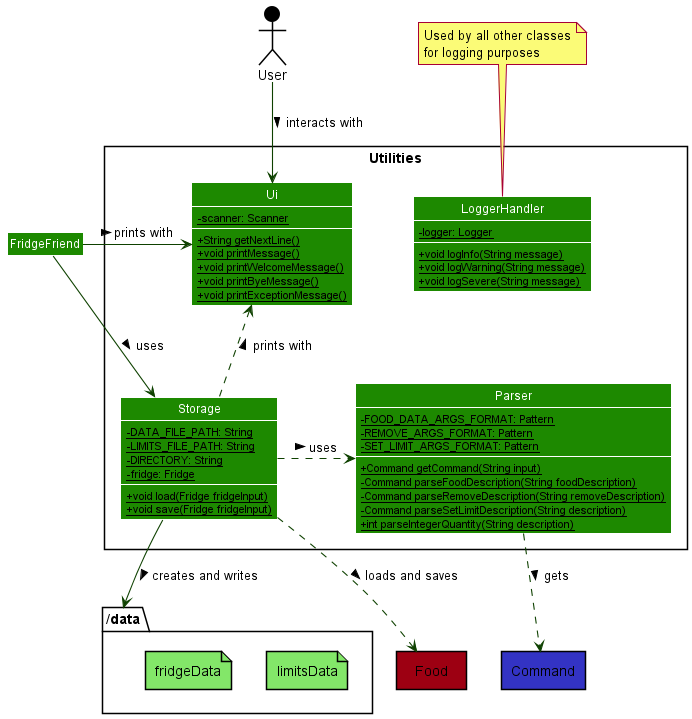
nus-cs2113-AY2021S2/tp keeps this PlantUML diagram as docs/diagrams/diagram_images/UtilitiesClassDiagram.png. Above is the earlier version.
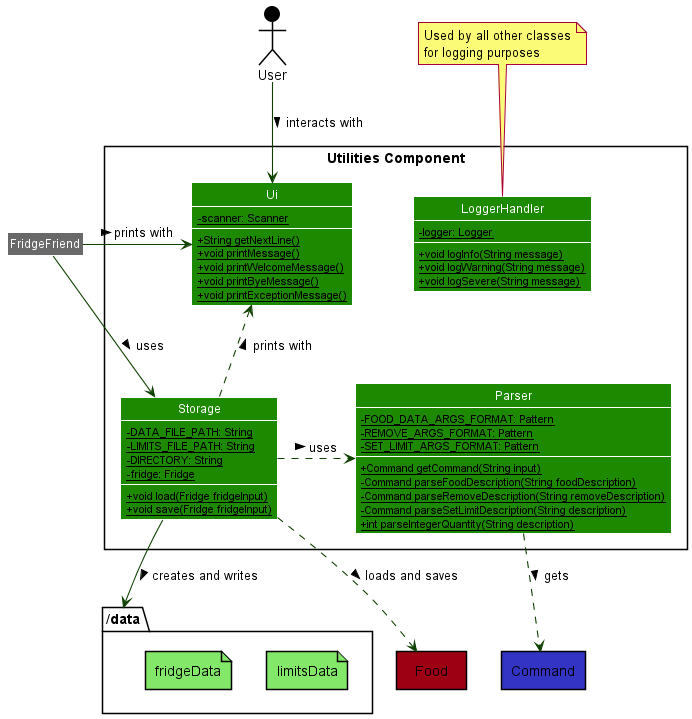
Later version of the same file.

Change to the diagram source:
```diff
@@ -7,8 +7,10 @@
 skinparam classAttributeIconSize 0
 
 actor User
+class FridgeFriend FRIDGEFRIEND_COLOR {
+}
 
-package Utilities <<Rectangle>> {
+package "Utilities Component" <<Rectangle>> {
     class Ui
     class LoggerHandler
     class Storage
```
